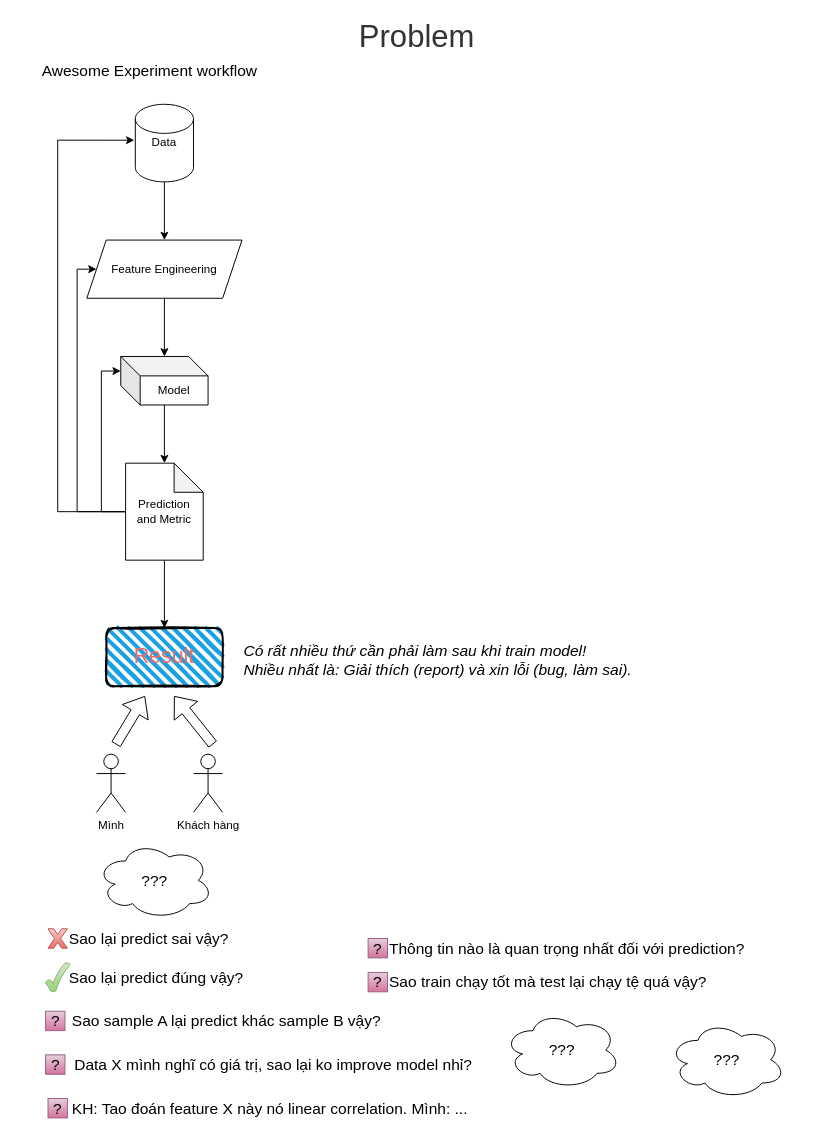
nguyentp/mlexplain keeps this draw.io diagram as page "Problem" (2 of 5) of slide.dio. Above is the earlier version. Source tidied: cells renumbered, new cells numbered last; positions are measured from the earlier drawing's top-left corner, leaving out a move shared by most shapes. Both pictures are drawn from the tidied source at 97%, with x=0, y=0 at pixel (28, 16).
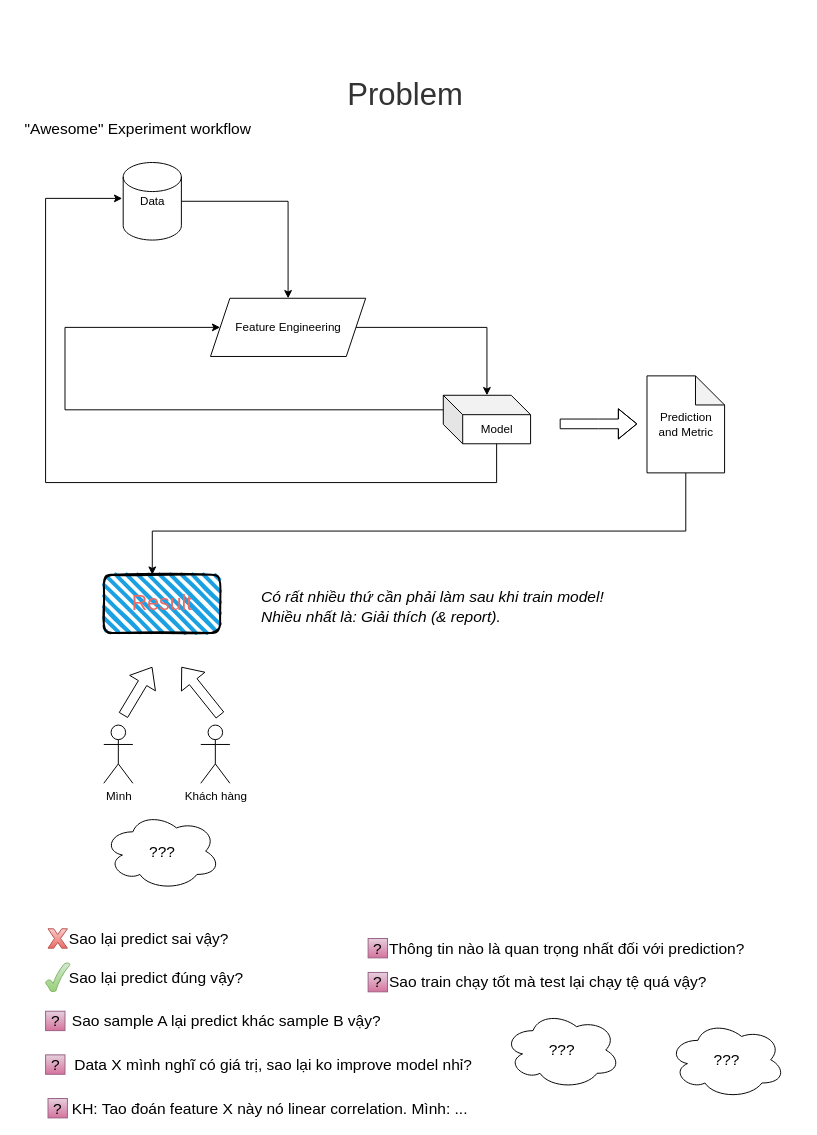
The same diagram, later.

Change to the diagram source:
```diff
@@
     <mxCell id="3" value="&lt;font color=&quot;#000000&quot;&gt;Data&lt;/font&gt;" style="shape=cylinder2;whiteSpace=wrap;html=1;boundedLbl=1;backgroundOutline=1;size=15;fontColor=#FFD966;" parent="1" vertex="1">
-      <mxGeometry x="110" y="90" width="60" height="80" as="geometry" />
+      <mxGeometry x="97.5" y="150" width="60" height="80" as="geometry" />
     </mxCell>
@@
     <mxCell id="5" value="Feature Engineering" style="shape=parallelogram;perimeter=parallelogramPerimeter;whiteSpace=wrap;html=1;fixedSize=1;" parent="1" vertex="1">
-      <mxGeometry x="60" y="230" width="160" height="60" as="geometry" />
+      <mxGeometry x="187.5" y="290" width="160" height="60" as="geometry" />
     </mxCell>
-    <mxCell id="6" style="edgeStyle=orthogonalEdgeStyle;rounded=0;jettySize=auto;html=1;fontColor=#000000;" parent="1" edge="1" source="7" target="12">
-      <mxGeometry relative="1" as="geometry" />
-    </mxCell>
     <mxCell id="7" value="Model" style="shape=cube;whiteSpace=wrap;html=1;boundedLbl=1;backgroundOutline=1;darkOpacity=0.05;darkOpacity2=0.1;" parent="1" vertex="1">
-      <mxGeometry x="95" y="350" width="90" height="50" as="geometry" />
+      <mxGeometry x="427.5" y="390" width="90" height="50" as="geometry" />
     </mxCell>
-    <mxCell id="8" style="edgeStyle=orthogonalEdgeStyle;rounded=0;jettySize=auto;html=1;fontColor=#000000;entryX=0;entryY=0;entryDx=0;entryDy=15;entryPerimeter=0;" parent="1" edge="1" source="12" target="7">
-      <mxGeometry relative="1" as="geometry">
-        <Array as="points">
-          <mxPoint x="75" y="510" />
-          <mxPoint x="75" y="365" />
-        </Array>
-      </mxGeometry>
-    </mxCell>
-    <mxCell id="9" style="edgeStyle=orthogonalEdgeStyle;rounded=0;jettySize=auto;html=1;fontColor=#000000;entryX=0;entryY=0.5;entryDx=0;entryDy=0;" parent="1" edge="1" source="12" target="5">
+    <mxCell id="9" style="edgeStyle=orthogonalEdgeStyle;rounded=0;jettySize=auto;html=1;fontColor=#000000;entryX=0;entryY=0.5;entryDx=0;entryDy=0;exitX=0;exitY=0;exitDx=0;exitDy=15;exitPerimeter=0;" parent="1" edge="1" source="7" target="5">
       <mxGeometry relative="1" as="geometry">
         <Array as="points">
-          <mxPoint x="50" y="510" />
-          <mxPoint x="50" y="260" />
+          <mxPoint x="37.5" y="405" />
+          <mxPoint x="37.5" y="320" />
         </Array>
       </mxGeometry>
     </mxCell>
-    <mxCell id="10" style="edgeStyle=orthogonalEdgeStyle;rounded=0;jettySize=auto;html=1;fontColor=#000000;entryX=-0.017;entryY=0.463;entryDx=0;entryDy=0;entryPerimeter=0;" parent="1" edge="1" source="12" target="3">
+    <mxCell id="10" style="edgeStyle=orthogonalEdgeStyle;rounded=0;jettySize=auto;html=1;fontColor=#000000;entryX=-0.017;entryY=0.463;entryDx=0;entryDy=0;entryPerimeter=0;exitX=0;exitY=0;exitDx=55;exitDy=50;exitPerimeter=0;" parent="1" edge="1" source="7" target="3">
       <mxGeometry relative="1" as="geometry">
         <Array as="points">
-          <mxPoint x="30" y="510" />
-          <mxPoint x="30" y="127" />
+          <mxPoint x="482.5" y="480" />
+          <mxPoint x="17.5" y="480" />
+          <mxPoint x="17.5" y="187" />
         </Array>
       </mxGeometry>
     </mxCell>
-    <mxCell id="11" style="edgeStyle=orthogonalEdgeStyle;rounded=0;jettySize=auto;html=1;fontSize=22;fontColor=#FFD966;" parent="1" edge="1" source="12" target="15">
-      <mxGeometry relative="1" as="geometry" />
+    <mxCell id="11" style="edgeStyle=orthogonalEdgeStyle;rounded=0;jettySize=auto;html=1;fontSize=22;fontColor=#FFD966;exitX=0.5;exitY=1;exitDx=0;exitDy=0;exitPerimeter=0;" parent="1" edge="1" source="12" target="15">
+      <mxGeometry relative="1" as="geometry">
+        <Array as="points">
+          <mxPoint x="677.5" y="530" />
+          <mxPoint x="127.5" y="530" />
+        </Array>
+      </mxGeometry>
     </mxCell>
     <mxCell id="12" value="Prediction&lt;br&gt;and Metric" style="shape=note;whiteSpace=wrap;html=1;backgroundOutline=1;darkOpacity=0.05;" parent="1" vertex="1">
-      <mxGeometry x="100" y="460" width="80" height="100" as="geometry" />
+      <mxGeometry x="637.5" y="370" width="80" height="100" as="geometry" />
     </mxCell>
-    <mxCell id="13" value="Awesome Experiment workflow" style="text;html=1;strokeColor=none;fillColor=none;align=center;verticalAlign=middle;whiteSpace=wrap;rounded=0;fontColor=#000000;fontSize=16;" parent="1" vertex="1">
-      <mxGeometry y="30" width="250" height="50" as="geometry" />
+    <mxCell id="13" value="&quot;Awesome&quot; Experiment workflow" style="text;html=1;strokeColor=none;fillColor=none;align=center;verticalAlign=middle;whiteSpace=wrap;rounded=0;fontColor=#000000;fontSize=16;" parent="1" vertex="1">
+      <mxGeometry x="-12.5" y="90" width="250" height="50" as="geometry" />
     </mxCell>
     <mxCell id="14" value="Khách hàng" style="shape=umlActor;verticalLabelPosition=bottom;verticalAlign=top;html=1;fontColor=#000000;" parent="1" vertex="1">
-      <mxGeometry x="170" y="760" width="30" height="60" as="geometry" />
+      <mxGeometry x="177.5" y="730" width="30" height="60" as="geometry" />
     </mxCell>
     <mxCell id="15" value="&lt;font color=&quot;#ea6b66&quot;&gt;Result&lt;/font&gt;" style="rounded=1;whiteSpace=wrap;html=1;strokeWidth=2;fillWeight=4;hachureGap=8;hachureAngle=45;fillColor=#1ba1e2;sketch=1;fontSize=22;fontColor=#FFD966;" parent="1" vertex="1">
-      <mxGeometry x="80" y="630" width="120" height="60" as="geometry" />
+      <mxGeometry x="77.5" y="575" width="120" height="60" as="geometry" />
     </mxCell>
     <mxCell id="16" value="Mình" style="shape=umlActor;verticalLabelPosition=bottom;verticalAlign=top;html=1;fontColor=#000000;" parent="1" vertex="1">
-      <mxGeometry x="70" y="760" width="30" height="60" as="geometry" />
+      <mxGeometry x="77.5" y="730" width="30" height="60" as="geometry" />
     </mxCell>
     <mxCell id="17" style="shape=flexArrow;endArrow=classic;html=1;fontSize=22;fontColor=#FFD966;" parent="1" edge="1">
       <mxGeometry relative="1" as="geometry">
-        <mxPoint x="90" y="750" as="sourcePoint" />
-        <mxPoint x="120" y="700" as="targetPoint" />
+        <mxPoint x="97.5" y="720" as="sourcePoint" />
+        <mxPoint x="127.5" y="670" as="targetPoint" />
       </mxGeometry>
     </mxCell>
     <mxCell id="18" style="shape=flexArrow;endArrow=classic;html=1;fontSize=22;fontColor=#FFD966;" parent="1" edge="1">
       <mxGeometry relative="1" as="geometry">
-        <mxPoint x="190" y="750" as="sourcePoint" />
-        <mxPoint x="150" y="700" as="targetPoint" />
+        <mxPoint x="197.5" y="720" as="sourcePoint" />
+        <mxPoint x="157.5" y="670" as="targetPoint" />
       </mxGeometry>
     </mxCell>
     <mxCell id="19" value="???" style="ellipse;shape=cloud;whiteSpace=wrap;html=1;fontSize=16;" parent="1" vertex="1">
-      <mxGeometry x="70" y="850" width="120" height="80" as="geometry" />
+      <mxGeometry x="77.5" y="820" width="120" height="80" as="geometry" />
     </mxCell>
@@
-    <mxCell id="36" value="Có rất nhiều thứ cần phải làm sau khi train model!&lt;br&gt;Nhiều nhất là: Giải thích (report) và xin lỗi (bug, làm sai)." style="text;html=1;align=left;verticalAlign=middle;whiteSpace=wrap;rounded=0;fontSize=16;fontStyle=2;" parent="1" vertex="1">
-      <mxGeometry x="220" y="630" width="460" height="65" as="geometry" />
+    <mxCell id="36" value="Có rất nhiều thứ cần phải làm sau khi train model!&lt;br&gt;Nhiều nhất là: Giải thích (&amp;amp; report)." style="text;html=1;align=left;verticalAlign=middle;whiteSpace=wrap;rounded=0;fontSize=16;fontStyle=2;" parent="1" vertex="1">
+      <mxGeometry x="237.5" y="575" width="460" height="65" as="geometry" />
     </mxCell>
     <mxCell id="37" value="&lt;span style=&quot;color: rgb(51, 51, 51); font-size: 32px; text-align: left;&quot;&gt;Problem&lt;/span&gt;" style="text;html=1;align=center;verticalAlign=middle;fontSize=32;" parent="1" vertex="1">
-      <mxGeometry x="335" width="130" height="40" as="geometry" />
+      <mxGeometry x="322.5" y="60" width="130" height="40" as="geometry" />
     </mxCell>
+    <mxCell id="38" style="shape=flexArrow;endArrow=classic;html=1;" parent="1" edge="1">
+      <mxGeometry relative="1" as="geometry">
+        <mxPoint x="547.5" y="419.5" as="sourcePoint" />
+        <mxPoint x="627.5" y="419.5" as="targetPoint" />
+        <Array as="points">
+          <mxPoint x="587.5" y="419.5" />
+        </Array>
+      </mxGeometry>
+    </mxCell>
```
